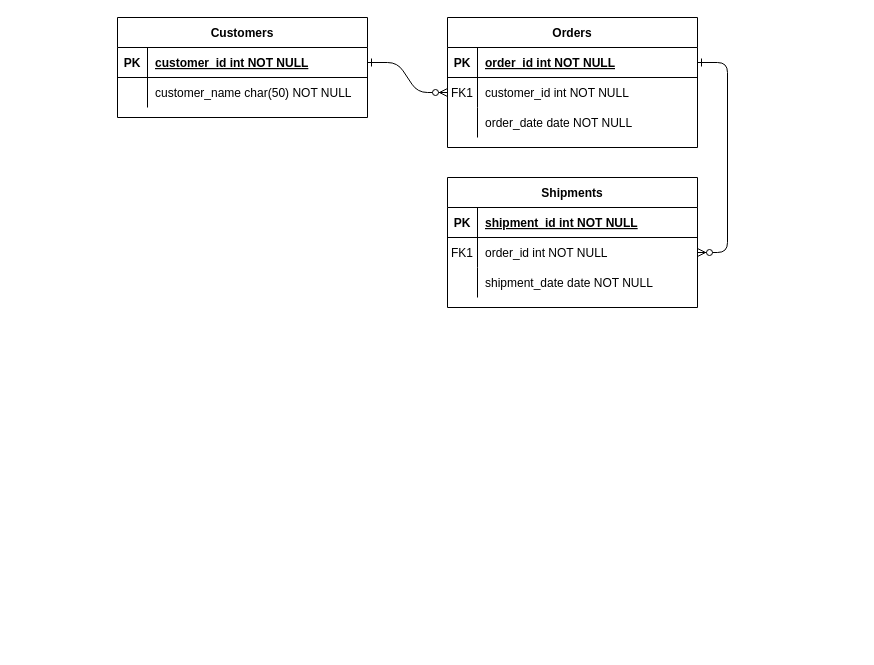
Before: Untitled Diagram.drawio in abdis-lab/HoopSessionBeta, a draw.io diagram. Source tidied: cells renumbered, new cells numbered last; positions are measured from the earlier drawing's top-left corner, leaving out a move shared by most shapes. Both pictures are drawn from the tidied source at 100%, with x=0, y=0 at pixel (117, 17).
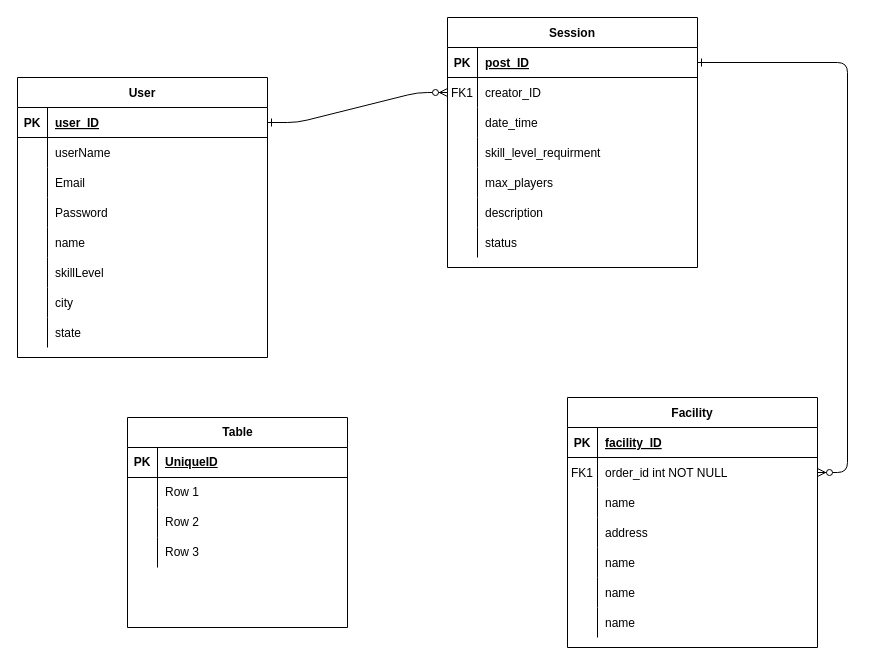
The same page after the edit.

Unchanged cells that the change refers to:
```xml
<mxCell id="5" style="shape=partialRectangle;fillColor=none;points=[[0,0.5],[1,0.5]];portConstraint=eastwest;top=0;left=0;right=0;bottom=1;" parent="4" vertex="1">
  <mxGeometry y="30" width="250" height="30" as="geometry" />
</mxCell>
<mxCell id="8" style="shape=partialRectangle;fillColor=none;points=[[0,0.5],[1,0.5]];portConstraint=eastwest;top=0;left=0;right=0;bottom=0;" parent="4" vertex="1">
  <mxGeometry y="60" width="250" height="30" as="geometry" />
</mxCell>
<mxCell id="11" style="shape=partialRectangle;fillColor=none;top=0;left=0;right=0;bottom=0;" parent="4" vertex="1">
  <mxGeometry y="90" width="250" height="30" as="geometry" />
</mxCell>
<mxCell id="15" style="shape=partialRectangle;fillColor=none;top=0;left=0;right=0;bottom=1;" parent="14" vertex="1">
  <mxGeometry y="30" width="250" height="30" as="geometry" />
</mxCell>
<mxCell id="21" style="shape=partialRectangle;fillColor=none;top=0;left=0;right=0;bottom=0;" parent="14" vertex="1">
  <mxGeometry y="90" width="250" height="30" as="geometry" />
</mxCell>
<mxCell id="25" style="shape=partialRectangle;fillColor=none;points=[[0,0.5],[1,0.5]];portConstraint=eastwest;top=0;left=0;right=0;bottom=1;" parent="24" vertex="1">
  <mxGeometry y="30" width="250" height="30" as="geometry" />
</mxCell>
<mxCell id="28" style="shape=partialRectangle;fillColor=none;top=0;left=0;right=0;bottom=0;" parent="24" vertex="1">
  <mxGeometry y="60" width="250" height="30" as="geometry" />
</mxCell>
```

Change to the diagram source:
```diff
@@
-    <mxCell id="4" value="Orders" style="shape=table;startSize=30;childLayout=tableLayout;rowLines=0;fontStyle=1;align=center;" parent="1" vertex="1">
-      <mxGeometry x="330" width="250" height="130" as="geometry" />
+    <mxCell id="4" value="Session" style="shape=table;startSize=30;childLayout=tableLayout;rowLines=0;fontStyle=1;align=center;" parent="1" vertex="1">
+      <mxGeometry x="330" width="250" height="250" as="geometry" />
     </mxCell>
@@
-    <mxCell id="7" value="order_id int NOT NULL " style="shape=partialRectangle;overflow=hidden;fillColor=none;top=0;left=0;bottom=0;right=0;align=left;spacingLeft=6;fontStyle=5;" parent="5" vertex="1">
+    <mxCell id="7" value="post_ID" style="shape=partialRectangle;overflow=hidden;fillColor=none;top=0;left=0;bottom=0;right=0;align=left;spacingLeft=6;fontStyle=5;" parent="5" vertex="1">
       <mxGeometry x="30" width="220" height="30" as="geometry" />
     </mxCell>
@@
-    <mxCell id="10" value="customer_id int NOT NULL" style="shape=partialRectangle;overflow=hidden;fillColor=none;top=0;left=0;bottom=0;right=0;align=left;spacingLeft=6;" parent="8" vertex="1">
+    <mxCell id="10" value="creator_ID" style="shape=partialRectangle;overflow=hidden;fillColor=none;top=0;left=0;bottom=0;right=0;align=left;spacingLeft=6;" parent="8" vertex="1">
       <mxGeometry x="30" width="220" height="30" as="geometry" />
     </mxCell>
@@
-    <mxCell id="13" value="order_date date NOT NULL" style="shape=partialRectangle;overflow=hidden;fillColor=none;top=0;left=0;bottom=0;right=0;align=left;spacingLeft=6;" parent="11" vertex="1">
+    <mxCell id="13" value="date_time" style="shape=partialRectangle;overflow=hidden;fillColor=none;top=0;left=0;bottom=0;right=0;align=left;spacingLeft=6;" parent="11" vertex="1">
       <mxGeometry x="30" width="220" height="30" as="geometry" />
     </mxCell>
+    <mxCell id="31" style="shape=partialRectangle;fillColor=none;top=0;left=0;right=0;bottom=0;" parent="4" vertex="1">
+      <mxGeometry y="120" width="250" height="30" as="geometry" />
+    </mxCell>
+    <mxCell id="32" style="shape=partialRectangle;overflow=hidden;fillColor=none;top=0;left=0;bottom=0;right=0;" parent="31" vertex="1">
+      <mxGeometry width="30" height="30" as="geometry" />
+    </mxCell>
+    <mxCell id="33" value="skill_level_requirment" style="shape=partialRectangle;overflow=hidden;fillColor=none;top=0;left=0;bottom=0;right=0;align=left;spacingLeft=6;" parent="31" vertex="1">
+      <mxGeometry x="30" width="220" height="30" as="geometry" />
+    </mxCell>
+    <mxCell id="34" style="shape=partialRectangle;fillColor=none;top=0;left=0;right=0;bottom=0;" parent="4" vertex="1">
+      <mxGeometry y="150" width="250" height="30" as="geometry" />
+    </mxCell>
+    <mxCell id="35" style="shape=partialRectangle;overflow=hidden;fillColor=none;top=0;left=0;bottom=0;right=0;" parent="34" vertex="1">
+      <mxGeometry width="30" height="30" as="geometry" />
+    </mxCell>
+    <mxCell id="36" value="max_players" style="shape=partialRectangle;overflow=hidden;fillColor=none;top=0;left=0;bottom=0;right=0;align=left;spacingLeft=6;" parent="34" vertex="1">
+      <mxGeometry x="30" width="220" height="30" as="geometry" />
+    </mxCell>
+    <mxCell id="37" style="shape=partialRectangle;fillColor=none;top=0;left=0;right=0;bottom=0;" parent="4" vertex="1">
+      <mxGeometry y="180" width="250" height="30" as="geometry" />
+    </mxCell>
+    <mxCell id="38" style="shape=partialRectangle;overflow=hidden;fillColor=none;top=0;left=0;bottom=0;right=0;" parent="37" vertex="1">
+      <mxGeometry width="30" height="30" as="geometry" />
+    </mxCell>
+    <mxCell id="39" value="description" style="shape=partialRectangle;overflow=hidden;fillColor=none;top=0;left=0;bottom=0;right=0;align=left;spacingLeft=6;" parent="37" vertex="1">
+      <mxGeometry x="30" width="220" height="30" as="geometry" />
+    </mxCell>
+    <mxCell id="40" style="shape=partialRectangle;fillColor=none;top=0;left=0;right=0;bottom=0;" parent="4" vertex="1">
+      <mxGeometry y="210" width="250" height="30" as="geometry" />
+    </mxCell>
+    <mxCell id="41" style="shape=partialRectangle;overflow=hidden;fillColor=none;top=0;left=0;bottom=0;right=0;" parent="40" vertex="1">
+      <mxGeometry width="30" height="30" as="geometry" />
+    </mxCell>
+    <mxCell id="42" value="status" style="shape=partialRectangle;overflow=hidden;fillColor=none;top=0;left=0;bottom=0;right=0;align=left;spacingLeft=6;" parent="40" vertex="1">
+      <mxGeometry x="30" width="220" height="30" as="geometry" />
+    </mxCell>
-    <mxCell id="14" value="Shipments" style="shape=table;startSize=30;childLayout=tableLayout;rowLines=0;fontStyle=1;align=center;" parent="1" vertex="1">
-      <mxGeometry x="330" y="160" width="250" height="130" as="geometry" />
+    <mxCell id="14" value="Facility" style="shape=table;startSize=30;childLayout=tableLayout;rowLines=0;fontStyle=1;align=center;" parent="1" vertex="1">
+      <mxGeometry x="450" y="380" width="250" height="250" as="geometry" />
     </mxCell>
@@
-    <mxCell id="17" value="shipment_id int NOT NULL " style="shape=partialRectangle;overflow=hidden;fillColor=none;top=0;left=0;bottom=0;right=0;align=left;spacingLeft=6;fontStyle=5;" parent="15" vertex="1">
+    <mxCell id="17" value="facility_ID" style="shape=partialRectangle;overflow=hidden;fillColor=none;top=0;left=0;bottom=0;right=0;align=left;spacingLeft=6;fontStyle=5;" parent="15" vertex="1">
       <mxGeometry x="30" width="220" height="30" as="geometry" />
     </mxCell>
@@
-    <mxCell id="23" value="shipment_date date NOT NULL" style="shape=partialRectangle;overflow=hidden;fillColor=none;top=0;left=0;bottom=0;right=0;align=left;spacingLeft=6;" parent="21" vertex="1">
+    <mxCell id="23" value="name" style="shape=partialRectangle;overflow=hidden;fillColor=none;top=0;left=0;bottom=0;right=0;align=left;spacingLeft=6;" parent="21" vertex="1">
       <mxGeometry x="30" width="220" height="30" as="geometry" />
     </mxCell>
+    <mxCell id="43" style="shape=partialRectangle;fillColor=none;top=0;left=0;right=0;bottom=0;" parent="14" vertex="1">
+      <mxGeometry y="120" width="250" height="30" as="geometry" />
+    </mxCell>
+    <mxCell id="44" style="shape=partialRectangle;overflow=hidden;fillColor=none;top=0;left=0;bottom=0;right=0;" parent="43" vertex="1">
+      <mxGeometry width="30" height="30" as="geometry" />
+    </mxCell>
+    <mxCell id="45" value="address" style="shape=partialRectangle;overflow=hidden;fillColor=none;top=0;left=0;bottom=0;right=0;align=left;spacingLeft=6;" parent="43" vertex="1">
+      <mxGeometry x="30" width="220" height="30" as="geometry" />
+    </mxCell>
+    <mxCell id="46" style="shape=partialRectangle;fillColor=none;top=0;left=0;right=0;bottom=0;" parent="14" vertex="1">
+      <mxGeometry y="150" width="250" height="30" as="geometry" />
+    </mxCell>
+    <mxCell id="47" style="shape=partialRectangle;overflow=hidden;fillColor=none;top=0;left=0;bottom=0;right=0;" parent="46" vertex="1">
+      <mxGeometry width="30" height="30" as="geometry" />
+    </mxCell>
+    <mxCell id="48" value="name" style="shape=partialRectangle;overflow=hidden;fillColor=none;top=0;left=0;bottom=0;right=0;align=left;spacingLeft=6;" parent="46" vertex="1">
+      <mxGeometry x="30" width="220" height="30" as="geometry" />
+    </mxCell>
+    <mxCell id="49" style="shape=partialRectangle;fillColor=none;top=0;left=0;right=0;bottom=0;" parent="14" vertex="1">
+      <mxGeometry y="180" width="250" height="30" as="geometry" />
+    </mxCell>
+    <mxCell id="50" style="shape=partialRectangle;overflow=hidden;fillColor=none;top=0;left=0;bottom=0;right=0;" parent="49" vertex="1">
+      <mxGeometry width="30" height="30" as="geometry" />
+    </mxCell>
+    <mxCell id="51" value="name" style="shape=partialRectangle;overflow=hidden;fillColor=none;top=0;left=0;bottom=0;right=0;align=left;spacingLeft=6;" parent="49" vertex="1">
+      <mxGeometry x="30" width="220" height="30" as="geometry" />
+    </mxCell>
+    <mxCell id="52" style="shape=partialRectangle;fillColor=none;top=0;left=0;right=0;bottom=0;" parent="14" vertex="1">
+      <mxGeometry y="210" width="250" height="30" as="geometry" />
+    </mxCell>
+    <mxCell id="53" style="shape=partialRectangle;overflow=hidden;fillColor=none;top=0;left=0;bottom=0;right=0;" parent="52" vertex="1">
+      <mxGeometry width="30" height="30" as="geometry" />
+    </mxCell>
+    <mxCell id="54" value="name" style="shape=partialRectangle;overflow=hidden;fillColor=none;top=0;left=0;bottom=0;right=0;align=left;spacingLeft=6;" parent="52" vertex="1">
+      <mxGeometry x="30" width="220" height="30" as="geometry" />
+    </mxCell>
-    <mxCell id="24" value="Customers" style="shape=table;startSize=30;childLayout=tableLayout;rowLines=0;fontStyle=1;align=center;" parent="1" vertex="1">
-      <mxGeometry width="250" height="100" as="geometry" />
+    <mxCell id="24" value="User" style="shape=table;startSize=30;childLayout=tableLayout;rowLines=0;fontStyle=1;align=center;" parent="1" vertex="1">
+      <mxGeometry x="-100" y="60" width="250" height="280" as="geometry" />
     </mxCell>
@@
-    <mxCell id="27" value="customer_id int NOT NULL " style="shape=partialRectangle;overflow=hidden;fillColor=none;top=0;left=0;bottom=0;right=0;align=left;spacingLeft=6;fontStyle=5;" parent="25" vertex="1">
+    <mxCell id="27" value="user_ID" style="shape=partialRectangle;overflow=hidden;fillColor=none;top=0;left=0;bottom=0;right=0;align=left;spacingLeft=6;fontStyle=5;" parent="25" vertex="1">
       <mxGeometry x="30" width="220" height="30" as="geometry" />
     </mxCell>
@@
-    <mxCell id="30" value="customer_name char(50) NOT NULL" style="shape=partialRectangle;overflow=hidden;fillColor=none;top=0;left=0;bottom=0;right=0;align=left;spacingLeft=6;" parent="28" vertex="1">
+    <mxCell id="30" value="userName" style="shape=partialRectangle;overflow=hidden;fillColor=none;top=0;left=0;bottom=0;right=0;align=left;spacingLeft=6;" parent="28" vertex="1">
       <mxGeometry x="30" width="220" height="30" as="geometry" />
     </mxCell>
+    <mxCell id="55" style="shape=partialRectangle;fillColor=none;top=0;left=0;right=0;bottom=0;" parent="24" vertex="1">
+      <mxGeometry y="90" width="250" height="30" as="geometry" />
+    </mxCell>
+    <mxCell id="56" style="shape=partialRectangle;overflow=hidden;fillColor=none;top=0;left=0;bottom=0;right=0;" parent="55" vertex="1">
+      <mxGeometry width="30" height="30" as="geometry" />
+    </mxCell>
+    <mxCell id="57" value="Email" style="shape=partialRectangle;overflow=hidden;fillColor=none;top=0;left=0;bottom=0;right=0;align=left;spacingLeft=6;" parent="55" vertex="1">
+      <mxGeometry x="30" width="220" height="30" as="geometry" />
+    </mxCell>
+    <mxCell id="58" style="shape=partialRectangle;fillColor=none;top=0;left=0;right=0;bottom=0;" parent="24" vertex="1">
+      <mxGeometry y="120" width="250" height="30" as="geometry" />
+    </mxCell>
+    <mxCell id="59" style="shape=partialRectangle;overflow=hidden;fillColor=none;top=0;left=0;bottom=0;right=0;" parent="58" vertex="1">
+      <mxGeometry width="30" height="30" as="geometry" />
+    </mxCell>
+    <mxCell id="60" value="Password" style="shape=partialRectangle;overflow=hidden;fillColor=none;top=0;left=0;bottom=0;right=0;align=left;spacingLeft=6;" parent="58" vertex="1">
+      <mxGeometry x="30" width="220" height="30" as="geometry" />
+    </mxCell>
+    <mxCell id="61" style="shape=partialRectangle;fillColor=none;top=0;left=0;right=0;bottom=0;" parent="24" vertex="1">
+      <mxGeometry y="150" width="250" height="30" as="geometry" />
+    </mxCell>
+    <mxCell id="62" style="shape=partialRectangle;overflow=hidden;fillColor=none;top=0;left=0;bottom=0;right=0;" parent="61" vertex="1">
+      <mxGeometry width="30" height="30" as="geometry" />
+    </mxCell>
+    <mxCell id="63" value="name" style="shape=partialRectangle;overflow=hidden;fillColor=none;top=0;left=0;bottom=0;right=0;align=left;spacingLeft=6;" parent="61" vertex="1">
+      <mxGeometry x="30" width="220" height="30" as="geometry" />
+    </mxCell>
+    <mxCell id="64" style="shape=partialRectangle;fillColor=none;top=0;left=0;right=0;bottom=0;" parent="24" vertex="1">
+      <mxGeometry y="180" width="250" height="30" as="geometry" />
+    </mxCell>
+    <mxCell id="65" style="shape=partialRectangle;overflow=hidden;fillColor=none;top=0;left=0;bottom=0;right=0;" parent="64" vertex="1">
+      <mxGeometry width="30" height="30" as="geometry" />
+    </mxCell>
+    <mxCell id="66" value="skillLevel" style="shape=partialRectangle;overflow=hidden;fillColor=none;top=0;left=0;bottom=0;right=0;align=left;spacingLeft=6;" parent="64" vertex="1">
+      <mxGeometry x="30" width="220" height="30" as="geometry" />
+    </mxCell>
+    <mxCell id="67" style="shape=partialRectangle;fillColor=none;top=0;left=0;right=0;bottom=0;" parent="24" vertex="1">
+      <mxGeometry y="210" width="250" height="30" as="geometry" />
+    </mxCell>
+    <mxCell id="68" style="shape=partialRectangle;overflow=hidden;fillColor=none;top=0;left=0;bottom=0;right=0;" parent="67" vertex="1">
+      <mxGeometry width="30" height="30" as="geometry" />
+    </mxCell>
+    <mxCell id="69" value="city" style="shape=partialRectangle;overflow=hidden;fillColor=none;top=0;left=0;bottom=0;right=0;align=left;spacingLeft=6;" parent="67" vertex="1">
+      <mxGeometry x="30" width="220" height="30" as="geometry" />
+    </mxCell>
+    <mxCell id="70" style="shape=partialRectangle;fillColor=none;top=0;left=0;right=0;bottom=0;" parent="24" vertex="1">
+      <mxGeometry y="240" width="250" height="30" as="geometry" />
+    </mxCell>
+    <mxCell id="71" style="shape=partialRectangle;overflow=hidden;fillColor=none;top=0;left=0;bottom=0;right=0;" parent="70" vertex="1">
+      <mxGeometry width="30" height="30" as="geometry" />
+    </mxCell>
+    <mxCell id="72" value="state" style="shape=partialRectangle;overflow=hidden;fillColor=none;top=0;left=0;bottom=0;right=0;align=left;spacingLeft=6;" parent="70" vertex="1">
+      <mxGeometry x="30" width="220" height="30" as="geometry" />
+    </mxCell>
+    <mxCell id="73" value="Table" style="shape=table;startSize=30;childLayout=tableLayout;rowLines=0;fontStyle=1;align=center;html=1;" parent="1" vertex="1">
+      <mxGeometry x="10" y="400" width="220" height="210" as="geometry" />
+    </mxCell>
+    <mxCell id="74" style="shape=tableRow;horizontal=0;startSize=0;swimlaneHead=0;swimlaneBody=0;fillColor=none;top=0;left=0;right=0;bottom=1;" parent="73" vertex="1">
+      <mxGeometry y="30" width="220" height="30" as="geometry" />
+    </mxCell>
+    <mxCell id="75" value="PK" style="shape=partialRectangle;fillColor=none;top=0;left=0;bottom=0;right=0;fontStyle=1;overflow=hidden;whiteSpace=wrap;html=1;" parent="74" vertex="1">
+      <mxGeometry width="30" height="30" as="geometry" />
+    </mxCell>
+    <mxCell id="76" value="UniqueID" style="shape=partialRectangle;fillColor=none;top=0;left=0;bottom=0;right=0;align=left;spacingLeft=6;fontStyle=5;overflow=hidden;whiteSpace=wrap;html=1;" parent="74" vertex="1">
+      <mxGeometry x="30" width="190" height="30" as="geometry" />
+    </mxCell>
+    <mxCell id="77" style="shape=tableRow;horizontal=0;startSize=0;swimlaneHead=0;swimlaneBody=0;fillColor=none;top=0;left=0;right=0;bottom=0;" parent="73" vertex="1">
+      <mxGeometry y="60" width="220" height="30" as="geometry" />
+    </mxCell>
+    <mxCell id="78" style="shape=partialRectangle;fillColor=none;top=0;left=0;bottom=0;right=0;overflow=hidden;whiteSpace=wrap;html=1;" parent="77" vertex="1">
+      <mxGeometry width="30" height="30" as="geometry" />
+    </mxCell>
+    <mxCell id="79" value="Row 1" style="shape=partialRectangle;fillColor=none;top=0;left=0;bottom=0;right=0;align=left;spacingLeft=6;overflow=hidden;whiteSpace=wrap;html=1;" parent="77" vertex="1">
+      <mxGeometry x="30" width="190" height="30" as="geometry" />
+    </mxCell>
+    <mxCell id="80" style="shape=tableRow;horizontal=0;startSize=0;swimlaneHead=0;swimlaneBody=0;fillColor=none;top=0;left=0;right=0;bottom=0;" parent="73" vertex="1">
+      <mxGeometry y="90" width="220" height="30" as="geometry" />
+    </mxCell>
+    <mxCell id="81" style="shape=partialRectangle;fillColor=none;top=0;left=0;bottom=0;right=0;overflow=hidden;whiteSpace=wrap;html=1;" parent="80" vertex="1">
+      <mxGeometry width="30" height="30" as="geometry" />
+    </mxCell>
+    <mxCell id="82" value="Row 2" style="shape=partialRectangle;fillColor=none;top=0;left=0;bottom=0;right=0;align=left;spacingLeft=6;overflow=hidden;whiteSpace=wrap;html=1;" parent="80" vertex="1">
+      <mxGeometry x="30" width="190" height="30" as="geometry" />
+    </mxCell>
+    <mxCell id="83" style="shape=tableRow;horizontal=0;startSize=0;swimlaneHead=0;swimlaneBody=0;fillColor=none;top=0;left=0;right=0;bottom=0;" parent="73" vertex="1">
+      <mxGeometry y="120" width="220" height="30" as="geometry" />
+    </mxCell>
+    <mxCell id="84" style="shape=partialRectangle;fillColor=none;top=0;left=0;bottom=0;right=0;overflow=hidden;whiteSpace=wrap;html=1;" parent="83" vertex="1">
+      <mxGeometry width="30" height="30" as="geometry" />
+    </mxCell>
+    <mxCell id="85" value="Row 3" style="shape=partialRectangle;fillColor=none;top=0;left=0;bottom=0;right=0;align=left;spacingLeft=6;overflow=hidden;whiteSpace=wrap;html=1;" parent="83" vertex="1">
+      <mxGeometry x="30" width="190" height="30" as="geometry" />
+    </mxCell>
```
